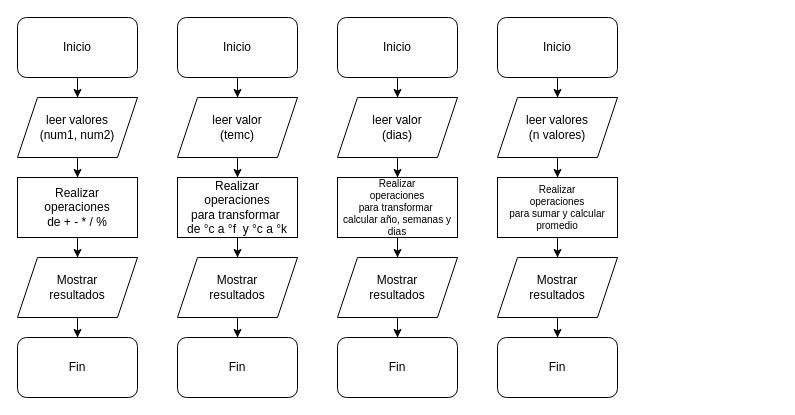
Before: diagrama_desafio_variables_operadores.drawio in JairoMaxter/desafio_variables_operadores, a draw.io diagram. Source tidied: cells renumbered, new cells numbered last; positions are measured from the earlier drawing's top-left corner, leaving out a move shared by most shapes. Both pictures are drawn from the tidied source at 100%, with x=0, y=0 at pixel (17, 17).
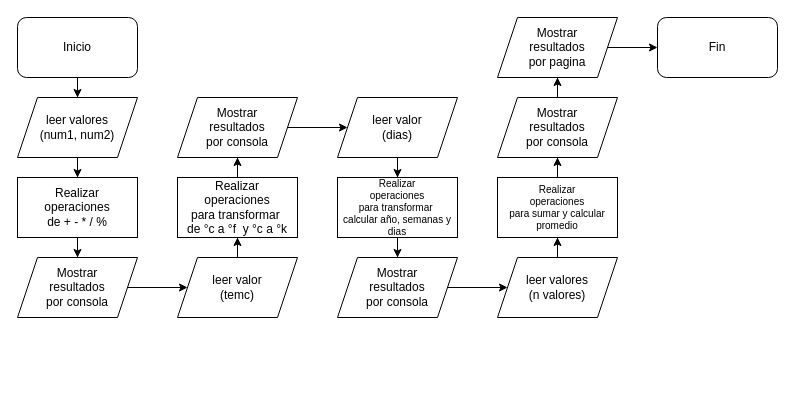
The same diagram, later.

Commit message (it also covers changes not shown here):
correccion de diagrama de flujo

The change refers to these unchanged cells:
```xml
<mxCell id="14" value="Realizar &lt;br&gt;operaciones&lt;br&gt;para transformar&amp;nbsp;&lt;br&gt;de&amp;nbsp;°c a&amp;nbsp;°f&amp;nbsp; y&amp;nbsp;°c a&amp;nbsp;°k" style="rounded=0;whiteSpace=wrap;html=1;" parent="1" vertex="1">
  <mxGeometry x="160" y="160" width="120" height="60" as="geometry" />
</mxCell>
<mxCell id="21" value="leer valor&lt;br&gt;(dias)" style="shape=parallelogram;perimeter=parallelogramPerimeter;whiteSpace=wrap;html=1;fixedSize=1;" parent="1" vertex="1">
  <mxGeometry x="320" y="80" width="120" height="60" as="geometry" />
</mxCell>
<mxCell id="23" value="Realizar &lt;br style=&quot;font-size: 10px;&quot;&gt;operaciones&lt;br style=&quot;font-size: 10px;&quot;&gt;para transformar&amp;nbsp;&lt;br style=&quot;font-size: 10px;&quot;&gt;calcular año, semanas y dias" style="rounded=0;whiteSpace=wrap;html=1;fontSize=10;" parent="1" vertex="1">
  <mxGeometry x="320" y="160" width="120" height="60" as="geometry" />
</mxCell>
<mxCell id="32" value="Realizar &lt;br style=&quot;font-size: 10px&quot;&gt;operaciones&lt;br style=&quot;font-size: 10px&quot;&gt;para sumar y calcular&lt;br&gt;promedio" style="rounded=0;whiteSpace=wrap;html=1;fontSize=10;" parent="1" vertex="1">
  <mxGeometry x="480" y="160" width="120" height="60" as="geometry" />
</mxCell>
```

The edit, as a diff of the source:
```diff
@@
-    <mxCell id="6" style="edgeStyle=orthogonalEdgeStyle;rounded=0;jettySize=auto;html=1;" parent="1" edge="1" source="7" target="10">
-      <mxGeometry relative="1" as="geometry" />
-    </mxCell>
+    <mxCell id="38" style="edgeStyle=orthogonalEdgeStyle;rounded=0;jettySize=auto;html=1;fontSize=10;" parent="1" edge="1" source="7" target="12">
+      <mxGeometry relative="1" as="geometry" />
+    </mxCell>
-    <mxCell id="7" value="Mostrar &lt;br&gt;resultados" style="shape=parallelogram;perimeter=parallelogramPerimeter;whiteSpace=wrap;html=1;fixedSize=1;" parent="1" vertex="1">
+    <mxCell id="7" value="Mostrar &lt;br&gt;resultados&lt;br&gt;por consola" style="shape=parallelogram;perimeter=parallelogramPerimeter;whiteSpace=wrap;html=1;fixedSize=1;" parent="1" vertex="1">
       <mxGeometry y="240" width="120" height="60" as="geometry" />
     </mxCell>
@@
-    <mxCell id="10" value="Fin" style="rounded=1;whiteSpace=wrap;html=1;" parent="1" vertex="1">
-      <mxGeometry y="320" width="120" height="60" as="geometry" />
-    </mxCell>
-    <mxCell id="11" style="edgeStyle=orthogonalEdgeStyle;rounded=0;jettySize=auto;html=1;" parent="1" edge="1" source="12" target="14">
+    <mxCell id="11" style="edgeStyle=orthogonalEdgeStyle;rounded=0;jettySize=auto;html=1;fontSize=10;" parent="1" edge="1" source="12" target="14">
       <mxGeometry relative="1" as="geometry" />
     </mxCell>
     <mxCell id="12" value="leer valor&lt;br&gt;(temc)" style="shape=parallelogram;perimeter=parallelogramPerimeter;whiteSpace=wrap;html=1;fixedSize=1;" parent="1" vertex="1">
-      <mxGeometry x="160" y="80" width="120" height="60" as="geometry" />
+      <mxGeometry x="160" y="240" width="120" height="60" as="geometry" />
     </mxCell>
-    <mxCell id="13" style="edgeStyle=orthogonalEdgeStyle;rounded=0;jettySize=auto;html=1;" parent="1" edge="1" source="14" target="16">
+    <mxCell id="13" style="edgeStyle=orthogonalEdgeStyle;rounded=0;jettySize=auto;html=1;fontSize=10;" parent="1" edge="1" source="14" target="16">
       <mxGeometry relative="1" as="geometry" />
     </mxCell>
@@
-    <mxCell id="15" style="edgeStyle=orthogonalEdgeStyle;rounded=0;jettySize=auto;html=1;" parent="1" edge="1" source="16" target="19">
-      <mxGeometry relative="1" as="geometry" />
-    </mxCell>
+    <mxCell id="39" style="edgeStyle=orthogonalEdgeStyle;rounded=0;jettySize=auto;html=1;fontSize=10;" parent="1" edge="1" source="16" target="21">
+      <mxGeometry relative="1" as="geometry" />
+    </mxCell>
-    <mxCell id="16" value="Mostrar &lt;br&gt;resultados" style="shape=parallelogram;perimeter=parallelogramPerimeter;whiteSpace=wrap;html=1;fixedSize=1;" parent="1" vertex="1">
-      <mxGeometry x="160" y="240" width="120" height="60" as="geometry" />
+    <mxCell id="16" value="Mostrar &lt;br&gt;resultados&lt;br&gt;por consola" style="shape=parallelogram;perimeter=parallelogramPerimeter;whiteSpace=wrap;html=1;fixedSize=1;" parent="1" vertex="1">
+      <mxGeometry x="160" y="80" width="120" height="60" as="geometry" />
     </mxCell>
-    <mxCell id="17" style="edgeStyle=orthogonalEdgeStyle;rounded=0;jettySize=auto;html=1;" parent="1" edge="1" source="18" target="12">
-      <mxGeometry relative="1" as="geometry" />
-    </mxCell>
-    <mxCell id="18" value="Inicio" style="rounded=1;whiteSpace=wrap;html=1;" parent="1" vertex="1">
-      <mxGeometry x="160" width="120" height="60" as="geometry" />
-    </mxCell>
-    <mxCell id="19" value="Fin" style="rounded=1;whiteSpace=wrap;html=1;" parent="1" vertex="1">
-      <mxGeometry x="160" y="320" width="120" height="60" as="geometry" />
-    </mxCell>
-    <mxCell id="20" style="edgeStyle=orthogonalEdgeStyle;rounded=0;jettySize=auto;html=1;" parent="1" edge="1" source="21" target="23">
+    <mxCell id="20" style="edgeStyle=orthogonalEdgeStyle;rounded=0;jettySize=auto;html=1;fontSize=10;" parent="1" edge="1" source="21" target="23">
       <mxGeometry relative="1" as="geometry" />
     </mxCell>
@@
-    <mxCell id="22" style="edgeStyle=orthogonalEdgeStyle;rounded=0;jettySize=auto;html=1;" parent="1" edge="1" source="23" target="25">
+    <mxCell id="22" style="edgeStyle=orthogonalEdgeStyle;rounded=0;jettySize=auto;html=1;fontSize=10;" parent="1" edge="1" source="23" target="25">
       <mxGeometry relative="1" as="geometry" />
     </mxCell>
@@
-    <mxCell id="24" style="edgeStyle=orthogonalEdgeStyle;rounded=0;jettySize=auto;html=1;" parent="1" edge="1" source="25" target="28">
-      <mxGeometry relative="1" as="geometry" />
-    </mxCell>
+    <mxCell id="40" style="edgeStyle=orthogonalEdgeStyle;rounded=0;jettySize=auto;html=1;fontSize=10;" parent="1" edge="1" source="25" target="30">
+      <mxGeometry relative="1" as="geometry" />
+    </mxCell>
-    <mxCell id="25" value="Mostrar &lt;br&gt;resultados" style="shape=parallelogram;perimeter=parallelogramPerimeter;whiteSpace=wrap;html=1;fixedSize=1;" parent="1" vertex="1">
+    <mxCell id="25" value="Mostrar &lt;br&gt;resultados&lt;br&gt;por consola" style="shape=parallelogram;perimeter=parallelogramPerimeter;whiteSpace=wrap;html=1;fixedSize=1;" parent="1" vertex="1">
       <mxGeometry x="320" y="240" width="120" height="60" as="geometry" />
     </mxCell>
-    <mxCell id="26" style="edgeStyle=orthogonalEdgeStyle;rounded=0;jettySize=auto;html=1;" parent="1" edge="1" source="27" target="21">
-      <mxGeometry relative="1" as="geometry" />
-    </mxCell>
-    <mxCell id="27" value="Inicio" style="rounded=1;whiteSpace=wrap;html=1;" parent="1" vertex="1">
-      <mxGeometry x="320" width="120" height="60" as="geometry" />
-    </mxCell>
-    <mxCell id="28" value="Fin" style="rounded=1;whiteSpace=wrap;html=1;" parent="1" vertex="1">
-      <mxGeometry x="320" y="320" width="120" height="60" as="geometry" />
-    </mxCell>
-    <mxCell id="29" style="edgeStyle=orthogonalEdgeStyle;rounded=0;jettySize=auto;html=1;" parent="1" edge="1" source="30" target="32">
+    <mxCell id="29" style="edgeStyle=orthogonalEdgeStyle;rounded=0;jettySize=auto;html=1;fontSize=10;" parent="1" edge="1" source="30" target="32">
       <mxGeometry relative="1" as="geometry" />
     </mxCell>
     <mxCell id="30" value="leer valores&lt;br&gt;(n valores)" style="shape=parallelogram;perimeter=parallelogramPerimeter;whiteSpace=wrap;html=1;fixedSize=1;" parent="1" vertex="1">
-      <mxGeometry x="480" y="80" width="120" height="60" as="geometry" />
+      <mxGeometry x="480" y="240" width="120" height="60" as="geometry" />
     </mxCell>
-    <mxCell id="31" style="edgeStyle=orthogonalEdgeStyle;rounded=0;jettySize=auto;html=1;" parent="1" edge="1" source="32" target="34">
+    <mxCell id="31" style="edgeStyle=orthogonalEdgeStyle;rounded=0;jettySize=auto;html=1;fontSize=10;" parent="1" edge="1" source="32" target="34">
       <mxGeometry relative="1" as="geometry" />
     </mxCell>
@@
-    <mxCell id="33" style="edgeStyle=orthogonalEdgeStyle;rounded=0;jettySize=auto;html=1;" parent="1" edge="1" source="34" target="37">
-      <mxGeometry relative="1" as="geometry" />
-    </mxCell>
+    <mxCell id="41" style="edgeStyle=orthogonalEdgeStyle;rounded=0;jettySize=auto;html=1;fontSize=10;" parent="1" edge="1" source="34" target="43">
+      <mxGeometry relative="1" as="geometry" />
+    </mxCell>
-    <mxCell id="34" value="Mostrar &lt;br&gt;resultados" style="shape=parallelogram;perimeter=parallelogramPerimeter;whiteSpace=wrap;html=1;fixedSize=1;" parent="1" vertex="1">
-      <mxGeometry x="480" y="240" width="120" height="60" as="geometry" />
+    <mxCell id="34" value="Mostrar &lt;br&gt;resultados&lt;br&gt;por consola" style="shape=parallelogram;perimeter=parallelogramPerimeter;whiteSpace=wrap;html=1;fixedSize=1;" parent="1" vertex="1">
+      <mxGeometry x="480" y="80" width="120" height="60" as="geometry" />
     </mxCell>
-    <mxCell id="35" style="edgeStyle=orthogonalEdgeStyle;rounded=0;jettySize=auto;html=1;" parent="1" edge="1" source="36" target="30">
-      <mxGeometry relative="1" as="geometry" />
-    </mxCell>
-    <mxCell id="36" value="Inicio" style="rounded=1;whiteSpace=wrap;html=1;" parent="1" vertex="1">
-      <mxGeometry x="480" width="120" height="60" as="geometry" />
-    </mxCell>
     <mxCell id="37" value="Fin" style="rounded=1;whiteSpace=wrap;html=1;" parent="1" vertex="1">
-      <mxGeometry x="480" y="320" width="120" height="60" as="geometry" />
+      <mxGeometry x="640" width="120" height="60" as="geometry" />
     </mxCell>
+    <mxCell id="42" style="edgeStyle=orthogonalEdgeStyle;rounded=0;jettySize=auto;html=1;fontSize=10;" parent="1" edge="1" source="43" target="37">
+      <mxGeometry relative="1" as="geometry" />
+    </mxCell>
+    <mxCell id="43" value="Mostrar &lt;br&gt;resultados&lt;br&gt;por pagina" style="shape=parallelogram;perimeter=parallelogramPerimeter;whiteSpace=wrap;html=1;fixedSize=1;" parent="1" vertex="1">
+      <mxGeometry x="480" width="120" height="60" as="geometry" />
+    </mxCell>
```
